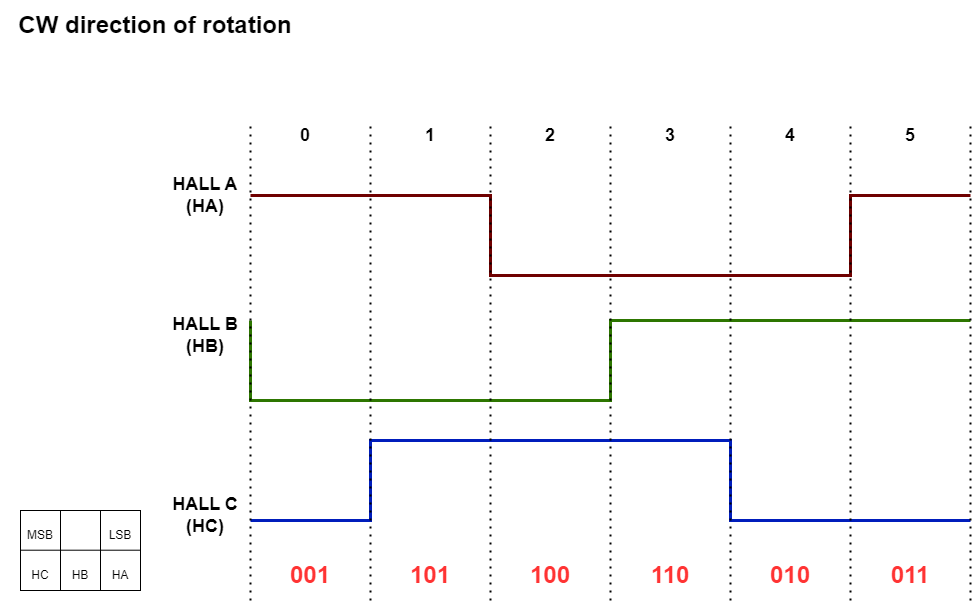
This is images/hall_cw_sm.png from microchip-pic-avr-examples/avr16eb32-bldc-pmsm-motor-control-demo, a draw.io export, as it was before one commit. Source tidied: cells renumbered, new cells last; positions are measured from the earlier drawing's top-left corner, leaving out a move shared by most shapes.
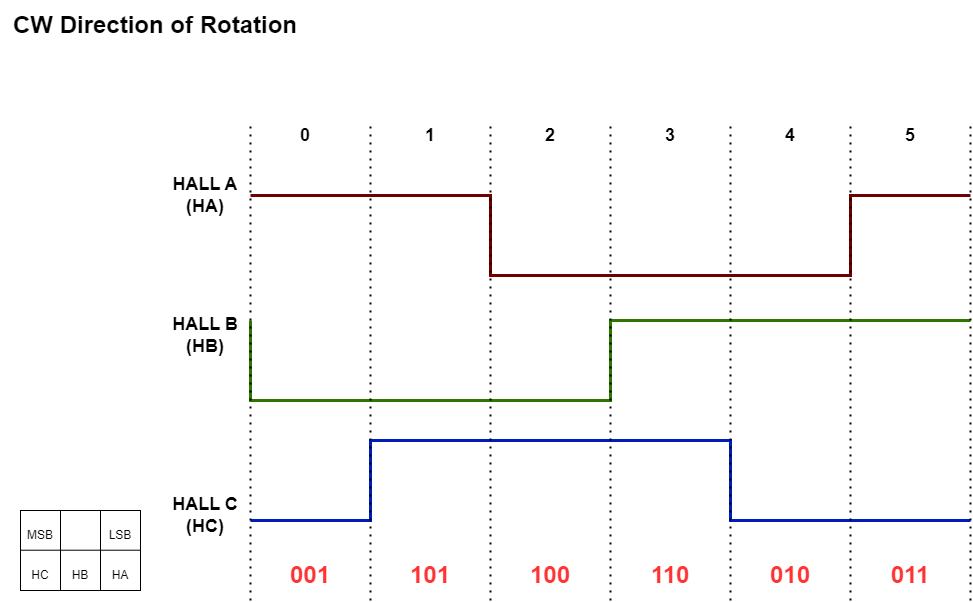
The same diagram one commit later.

What changed in the source:
```diff
@@ -94,7 +94,7 @@
     <mxCell id="16" value="&lt;font style=&quot;font-size: 18px;&quot;&gt;&lt;b&gt;4&lt;/b&gt;&lt;/font&gt;" style="text;html=1;align=center;verticalAlign=middle;whiteSpace=wrap;rounded=0;" parent="1" vertex="1">
       <mxGeometry x="775" y="110" width="30" height="50" as="geometry" />
     </mxCell>
-    <mxCell id="17" value="&lt;font style=&quot;font-size: 24px;&quot;&gt;&lt;b style=&quot;&quot;&gt;CW direction of rotation&lt;/b&gt;&lt;/font&gt;" style="text;html=1;align=center;verticalAlign=middle;whiteSpace=wrap;rounded=0;" parent="1" vertex="1">
+    <mxCell id="17" value="&lt;font style=&quot;font-size: 24px;&quot;&gt;&lt;b style=&quot;&quot;&gt;CW Direction of Rotation&lt;/b&gt;&lt;/font&gt;" style="text;html=1;align=center;verticalAlign=middle;whiteSpace=wrap;rounded=0;" parent="1" vertex="1">
       <mxGeometry width="310" height="50" as="geometry" />
     </mxCell>
     <mxCell id="18" value="&lt;font style=&quot;font-size: 18px;&quot;&gt;&lt;b&gt;HALL A (HA)&lt;/b&gt;&lt;/font&gt;" style="text;html=1;align=center;verticalAlign=middle;whiteSpace=wrap;rounded=0;" parent="1" vertex="1">
```
